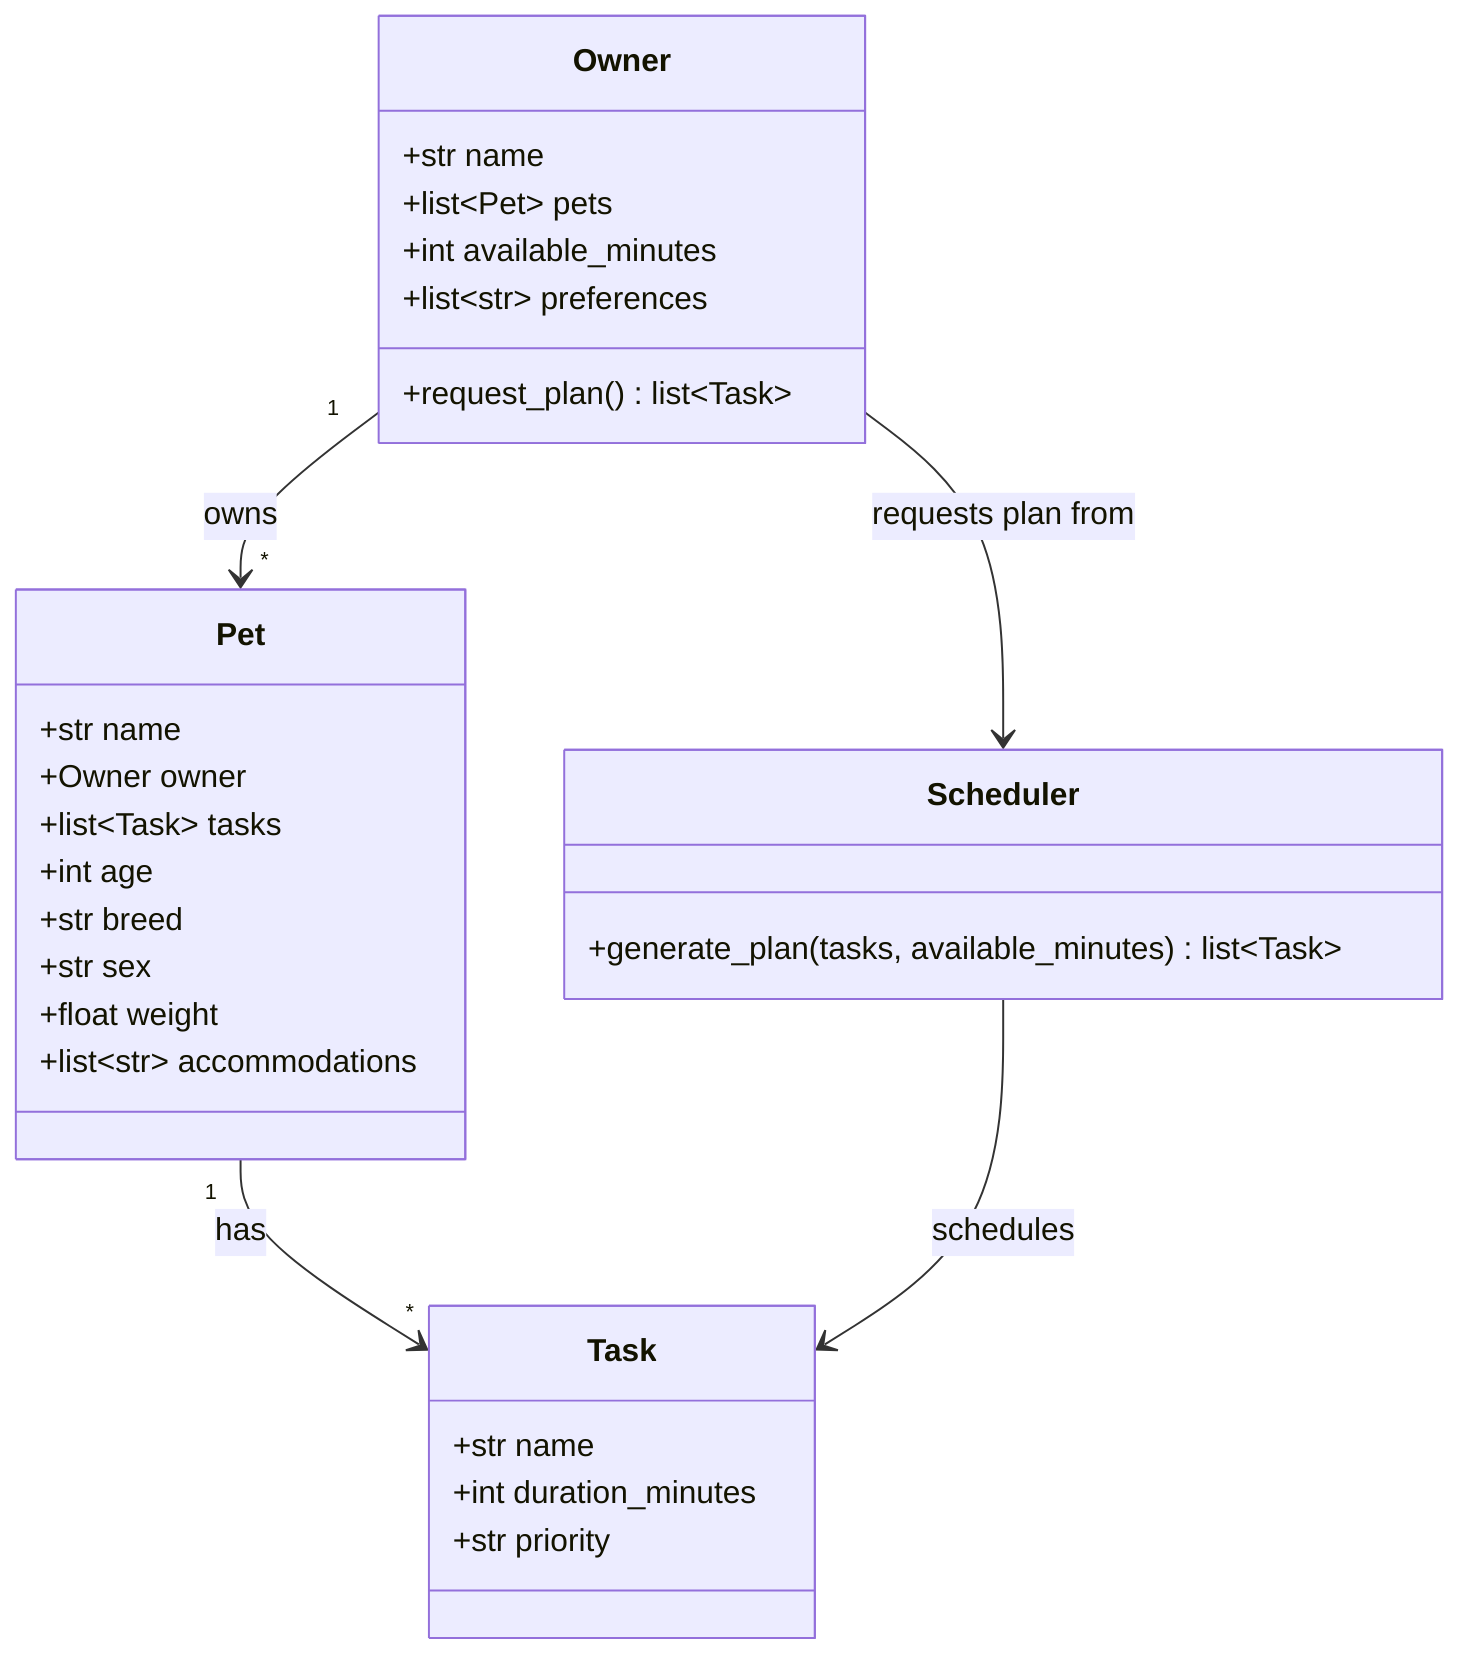
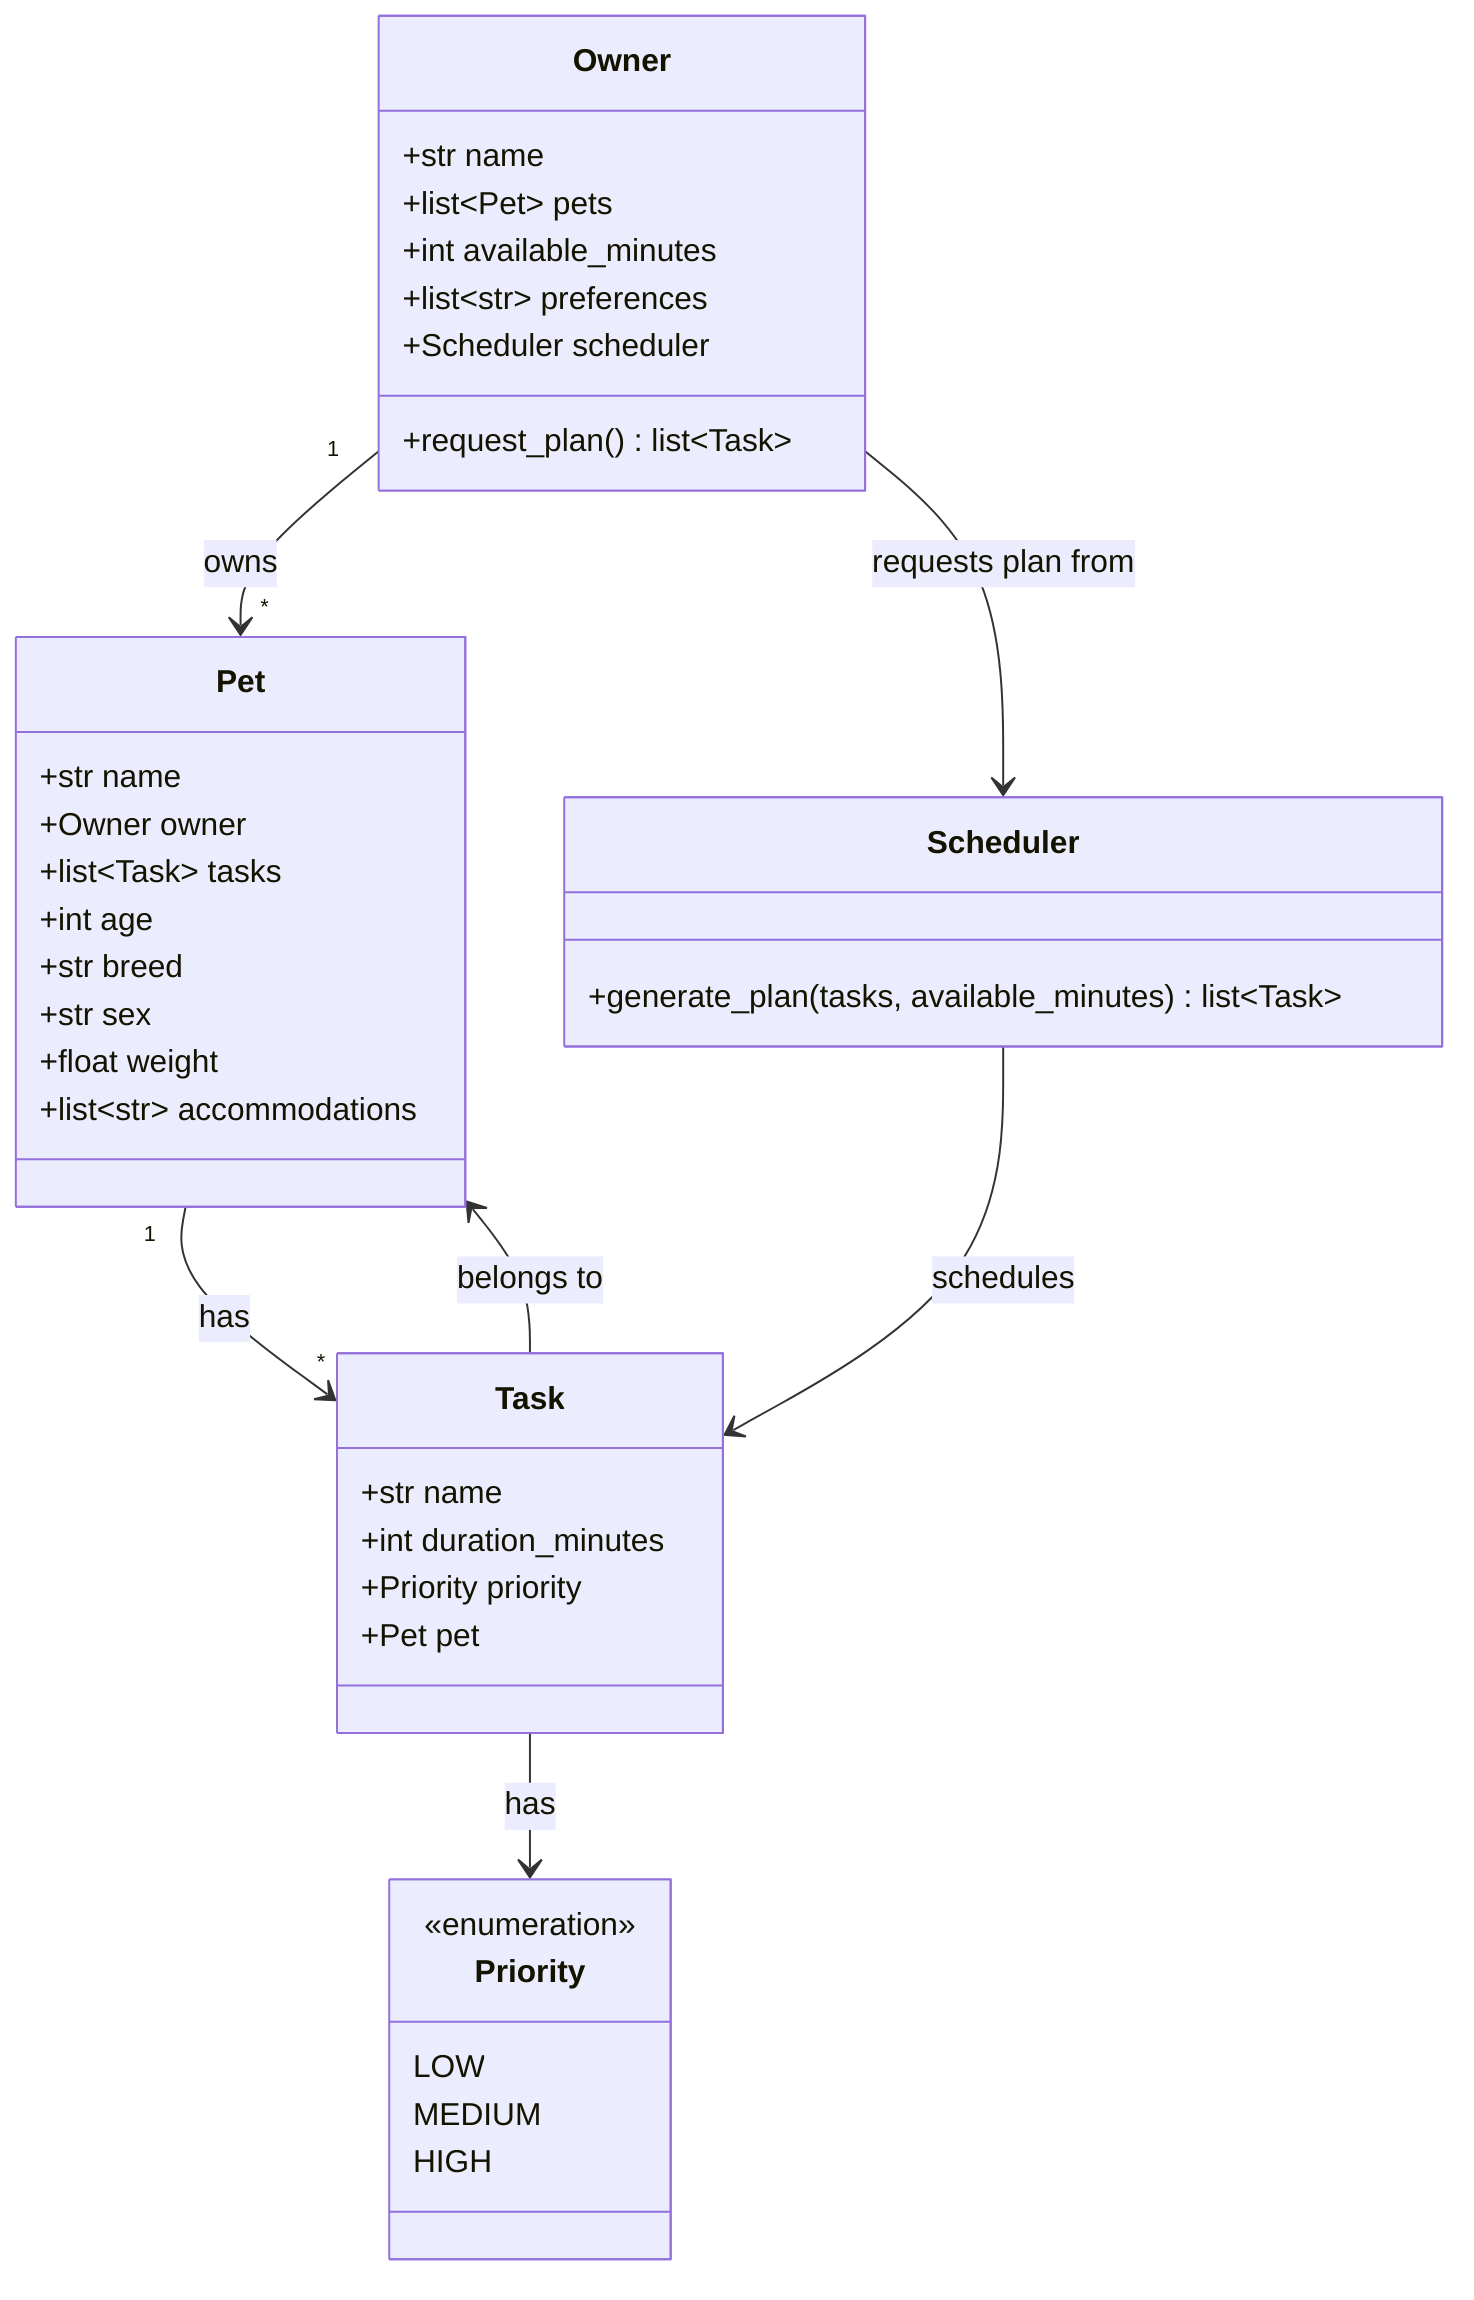
classDiagram
-     %% PawPal+ initial design — keep this updated as your implementation evolves.
+     %% PawPal+ design — kept in sync with pawpal_system.py.

    class Owner {
        +str name
        +list~Pet~ pets
        +int available_minutes
        +list~str~ preferences
+         +Scheduler scheduler
        +request_plan() list~Task~
    }

    class Pet {
        +str name
        +Owner owner
        +list~Task~ tasks
        +int age
        +str breed
        +str sex
        +float weight
        +list~str~ accommodations
    }

    class Scheduler {
        +generate_plan(tasks, available_minutes) list~Task~
    }

    class Task {
        +str name
        +int duration_minutes
-         +str priority
+         +Priority priority
+         +Pet pet
+     }
+ 
+     class Priority {
+         <<enumeration>>
+         LOW
+         MEDIUM
+         HIGH
    }

    Owner "1" --> "*" Pet : owns
    Pet "1" --> "*" Task : has
+     Task --> Pet : belongs to
+     Task --> Priority : has
    Owner --> Scheduler : requests plan from
    Scheduler --> Task : schedules
